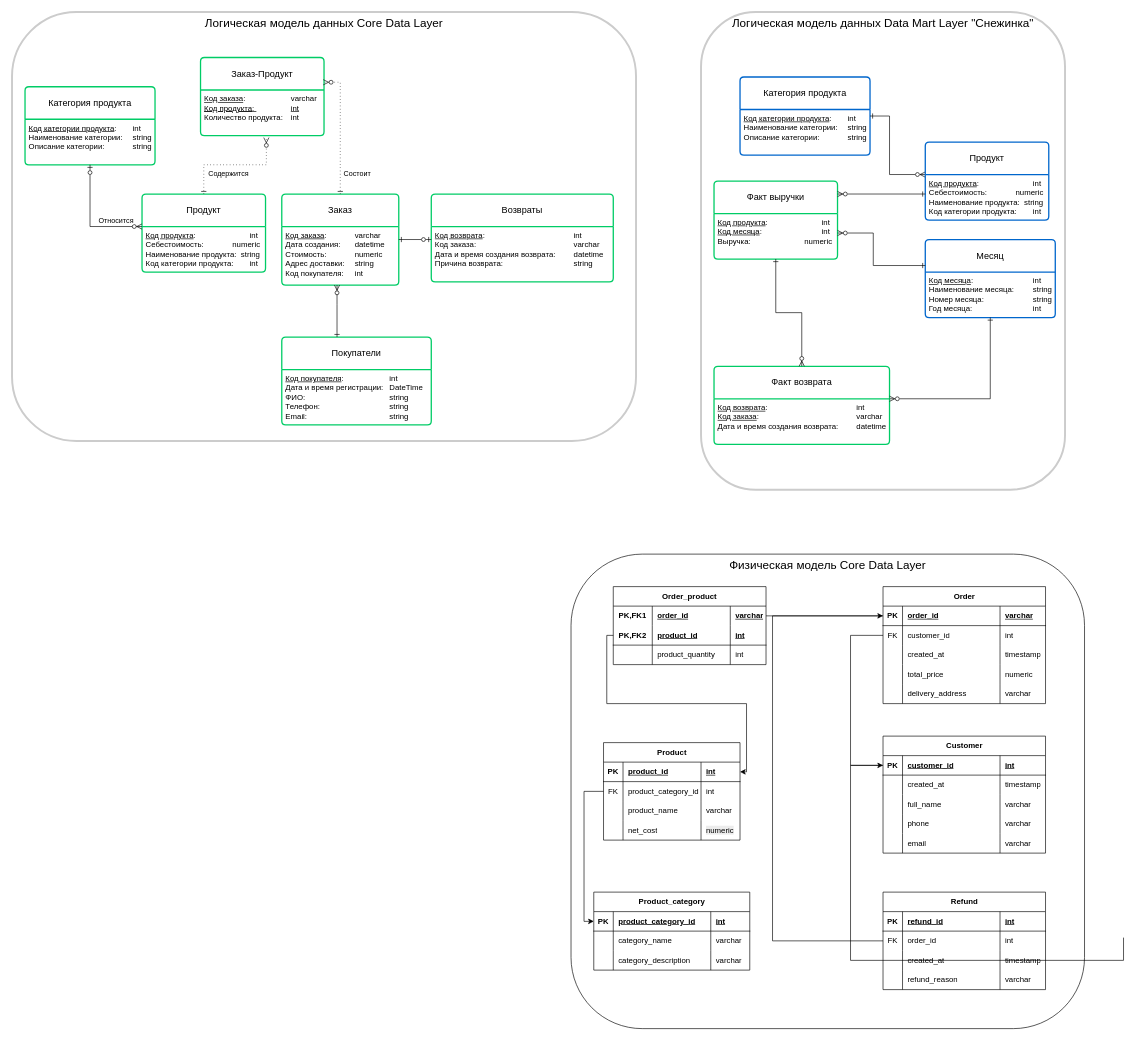
nik-gorby/PWH-18 keeps this draw.io diagram as PWH-18_HW1.drawio. Above is the earlier version. Source tidied: cells renumbered, new cells numbered last; positions are measured from the earlier drawing's top-left corner, leaving out a move shared by most shapes. Both pictures are drawn from the tidied source at 65%, with x=0, y=0 at pixel (12, 12).
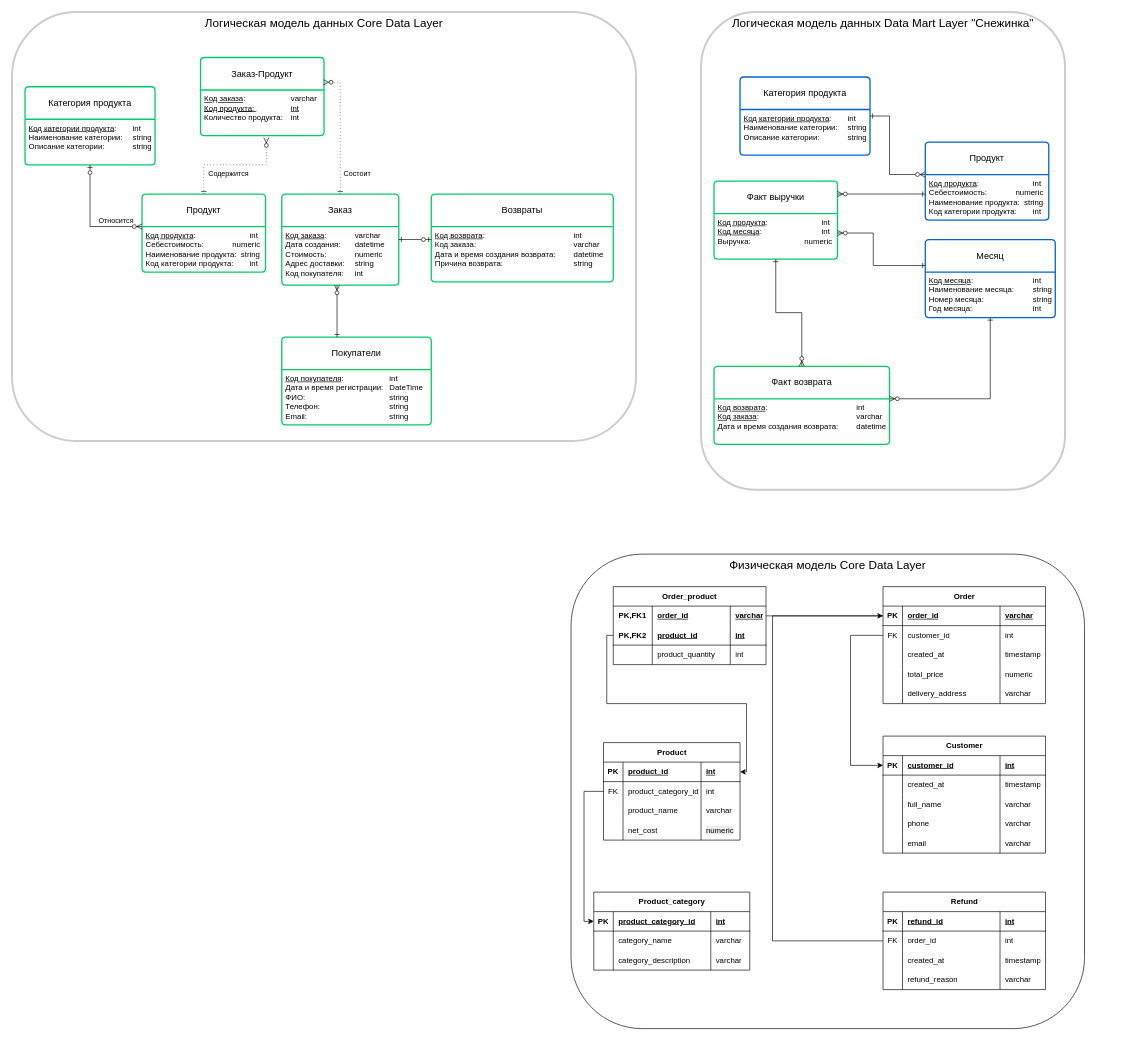
Above is the later version.

The change refers to these unchanged cells:
```xml
<mxCell id="108" style="shape=tableRow;horizontal=0;startSize=0;swimlaneHead=0;swimlaneBody=0;fillColor=none;points=[[0,0.5],[1,0.5]];portConstraint=eastwest;top=0;left=0;right=0;bottom=1;" parent="107" vertex="1">
  <mxGeometry y="30" width="250" height="30" as="geometry" />
</mxCell>
```

Diff of the diagram source:
```diff
@@
-    <mxCell id="147" style="endArrow=none;html=1;rounded=0;edgeStyle=orthogonalEdgeStyle;" parent="1" edge="1" target="108">
-      <mxGeometry relative="1" as="geometry">
-        <mxPoint x="1710" y="1424" as="sourcePoint" />
-        <Array as="points">
-          <mxPoint x="1290" y="1459" />
-          <mxPoint x="1290" y="1159" />
-        </Array>
-      </mxGeometry>
-    </mxCell>
```
